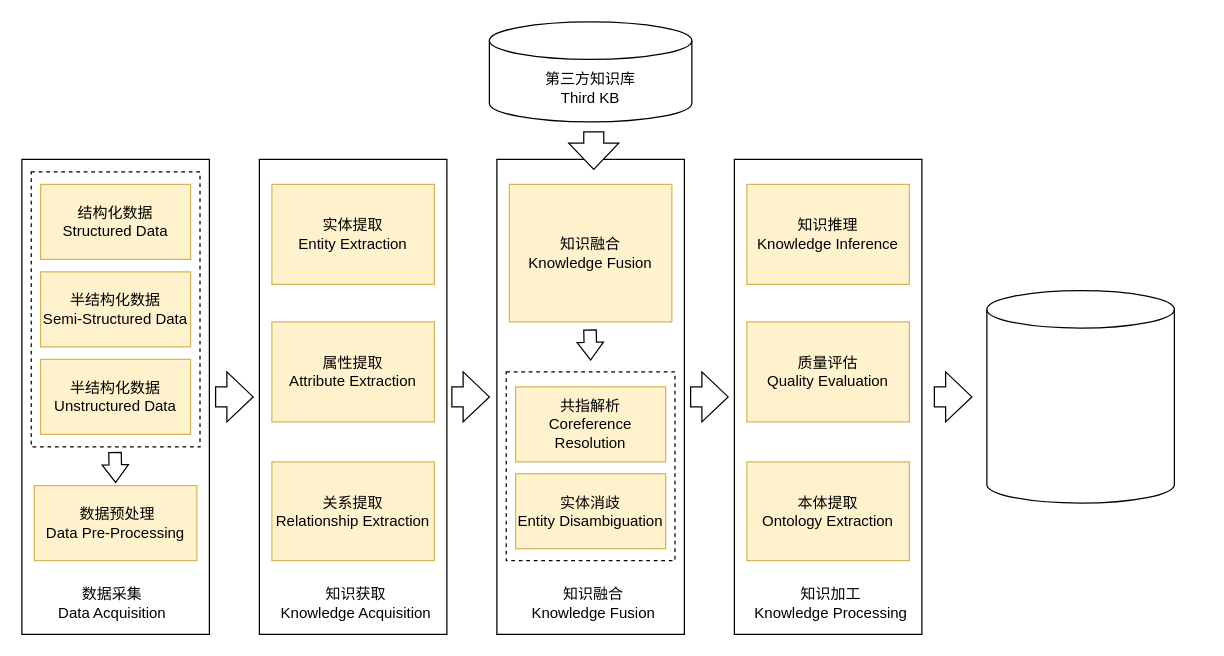
Above: kfg/未命名绘图.drawio in Max-yuki/diagrams (draw.io), before the change. Source tidied: cells renumbered, new cells numbered last; positions are measured from the earlier drawing's top-left corner, leaving out a move shared by most shapes. Both pictures are drawn from the tidied source at 125%, with x=0, y=0 at pixel (21, 21). Pictures stored in the file or linked from it are replaced by grey dashed boxes.
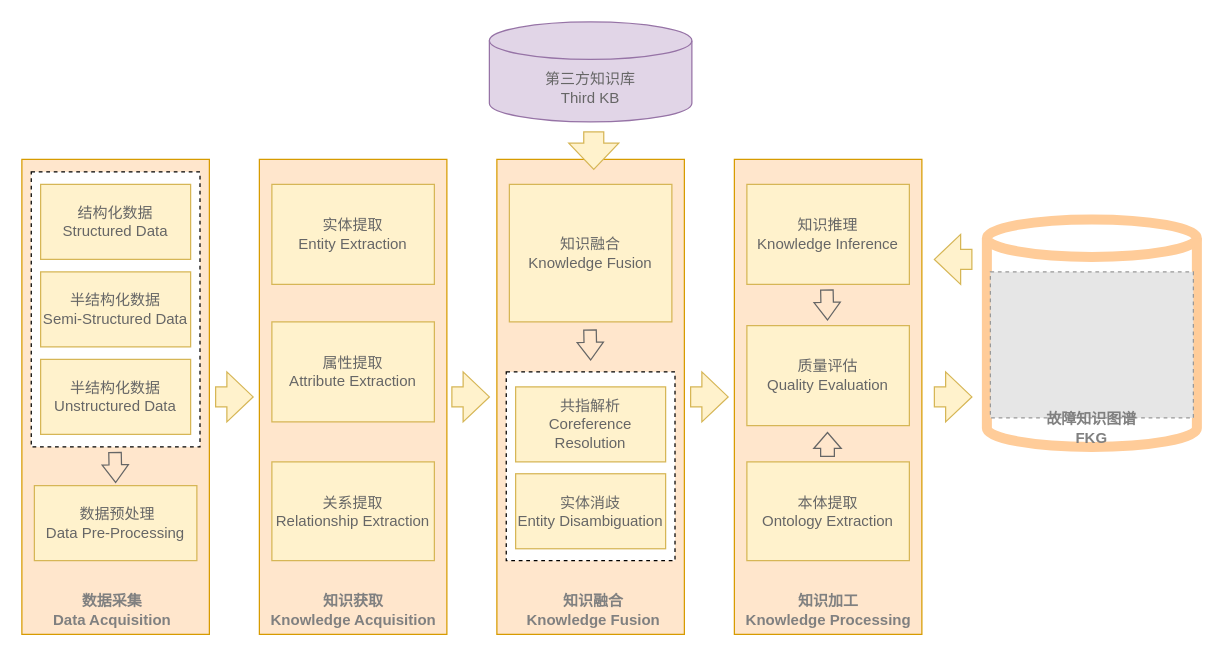
After the change.

Commit message (it also covers changes not shown here):
更新未命名绘图.drawio

Change to the diagram source:
```diff
@@
-    <mxCell id="2" style="rounded=0;whiteSpace=wrap;html=1;" parent="1" vertex="1">
+    <mxCell id="2" style="rounded=0;whiteSpace=wrap;html=1;strokeColor=#d79b00;fillColor=#ffe6cc;" parent="1" vertex="1">
       <mxGeometry y="110" width="150" height="380" as="geometry" />
     </mxCell>
@@
-    <mxCell id="4" value="结构化数据&lt;br&gt;Structured Data" style="rounded=0;whiteSpace=wrap;html=1;fillColor=#fff2cc;strokeColor=#d6b656;" parent="1" vertex="1">
+    <mxCell id="4" value="结构化数据&lt;br&gt;Structured Data" style="rounded=0;whiteSpace=wrap;html=1;fillColor=#fff2cc;strokeColor=#d6b656;fontColor=#666666;" parent="1" vertex="1">
       <mxGeometry x="15" y="130" width="120" height="60" as="geometry" />
     </mxCell>
-    <mxCell id="5" value="半结构化数据&lt;br&gt;Semi-Structured Data" style="rounded=0;whiteSpace=wrap;html=1;fillColor=#fff2cc;strokeColor=#d6b656;" parent="1" vertex="1">
+    <mxCell id="5" value="半结构化数据&lt;br&gt;Semi-Structured Data" style="rounded=0;whiteSpace=wrap;html=1;fillColor=#fff2cc;strokeColor=#d6b656;fontColor=#666666;" parent="1" vertex="1">
       <mxGeometry x="15" y="200" width="120" height="60" as="geometry" />
     </mxCell>
-    <mxCell id="6" value="半结构化数据&lt;br&gt;Unstructured Data" style="rounded=0;whiteSpace=wrap;html=1;fillColor=#fff2cc;strokeColor=#d6b656;" parent="1" vertex="1">
+    <mxCell id="6" value="半结构化数据&lt;br&gt;Unstructured Data" style="rounded=0;whiteSpace=wrap;html=1;fillColor=#fff2cc;strokeColor=#d6b656;fontColor=#666666;" parent="1" vertex="1">
       <mxGeometry x="15" y="270" width="120" height="60" as="geometry" />
     </mxCell>
-    <mxCell id="7" value="&amp;nbsp;数据预处理&lt;br&gt;Data Pre-Processing" style="rounded=0;whiteSpace=wrap;html=1;fillColor=#fff2cc;strokeColor=#d6b656;" parent="1" vertex="1">
+    <mxCell id="7" value="&amp;nbsp;数据预处理&lt;br&gt;Data Pre-Processing" style="rounded=0;whiteSpace=wrap;html=1;fillColor=#fff2cc;strokeColor=#d6b656;fontColor=#666666;" parent="1" vertex="1">
       <mxGeometry x="10" y="371" width="130" height="60" as="geometry" />
     </mxCell>
-    <mxCell id="8" value="数据采集&lt;br&gt;Data Acquisition" style="text;html=1;strokeColor=none;fillColor=none;align=center;verticalAlign=middle;whiteSpace=wrap;rounded=0;dashed=1;" parent="1" vertex="1">
-      <mxGeometry x="15" y="450" width="115" height="30" as="geometry" />
+    <mxCell id="8" value="数据采集&lt;br&gt;Data Acquisition" style="text;html=1;strokeColor=none;fillColor=none;align=center;verticalAlign=middle;whiteSpace=wrap;rounded=0;dashed=1;fontColor=#808080;fontStyle=1;" parent="1" vertex="1">
+      <mxGeometry x="15" y="456" width="115" height="30" as="geometry" />
     </mxCell>
-    <mxCell id="9" style="shape=flexArrow;endArrow=classic;html=1;rounded=0;endWidth=10;endSize=4.38;" parent="1" edge="1">
+    <mxCell id="9" style="shape=flexArrow;endArrow=classic;html=1;rounded=0;endWidth=10;endSize=4.38;strokeColor=#666666;" parent="1" edge="1">
       <mxGeometry relative="1" as="geometry">
         <mxPoint x="74.5" y="344" as="sourcePoint" />
         <mxPoint x="75" y="369" as="targetPoint" />
       </mxGeometry>
     </mxCell>
-    <mxCell id="10" style="rounded=0;whiteSpace=wrap;html=1;" parent="1" vertex="1">
+    <mxCell id="10" style="rounded=0;whiteSpace=wrap;html=1;strokeColor=#d79b00;fillColor=#ffe6cc;" parent="1" vertex="1">
       <mxGeometry x="190" y="110" width="150" height="380" as="geometry" />
     </mxCell>
-    <mxCell id="11" value="知识获取&lt;br&gt;Knowledge Acquisition" style="text;html=1;strokeColor=none;fillColor=none;align=center;verticalAlign=middle;whiteSpace=wrap;rounded=0;dashed=1;" parent="1" vertex="1">
-      <mxGeometry x="205" y="450" width="125" height="30" as="geometry" />
+    <mxCell id="11" value="知识获取&lt;br&gt;Knowledge Acquisition" style="text;html=1;strokeColor=none;fillColor=none;align=center;verticalAlign=middle;whiteSpace=wrap;rounded=0;dashed=1;fontColor=#808080;fontStyle=1;" parent="1" vertex="1">
+      <mxGeometry x="197.5" y="456" width="135" height="30" as="geometry" />
     </mxCell>
-    <mxCell id="12" value="实体提取&lt;br&gt;Entity Extraction" style="rounded=0;whiteSpace=wrap;html=1;fillColor=#fff2cc;strokeColor=#d6b656;" parent="1" vertex="1">
+    <mxCell id="12" value="实体提取&lt;br&gt;Entity Extraction" style="rounded=0;whiteSpace=wrap;html=1;fillColor=#fff2cc;strokeColor=#d6b656;fontColor=#666666;" parent="1" vertex="1">
       <mxGeometry x="200" y="130" width="130" height="80" as="geometry" />
     </mxCell>
-    <mxCell id="13" value="属性提取&lt;br&gt;Attribute Extraction" style="rounded=0;whiteSpace=wrap;html=1;fillColor=#fff2cc;strokeColor=#d6b656;" parent="1" vertex="1">
+    <mxCell id="13" value="属性提取&lt;br&gt;Attribute Extraction" style="rounded=0;whiteSpace=wrap;html=1;fillColor=#fff2cc;strokeColor=#d6b656;fontColor=#666666;" parent="1" vertex="1">
       <mxGeometry x="200" y="240" width="130" height="80" as="geometry" />
     </mxCell>
-    <mxCell id="14" value="关系提取&lt;br&gt;Relationship Extraction" style="rounded=0;whiteSpace=wrap;html=1;fillColor=#fff2cc;strokeColor=#d6b656;" parent="1" vertex="1">
+    <mxCell id="14" value="关系提取&lt;br&gt;Relationship Extraction" style="rounded=0;whiteSpace=wrap;html=1;fillColor=#fff2cc;strokeColor=#d6b656;fontColor=#666666;" parent="1" vertex="1">
       <mxGeometry x="200" y="352" width="130" height="79" as="geometry" />
     </mxCell>
-    <mxCell id="15" style="rounded=0;whiteSpace=wrap;html=1;" parent="1" vertex="1">
+    <mxCell id="15" style="rounded=0;whiteSpace=wrap;html=1;strokeColor=#d79b00;fillColor=#ffe6cc;" parent="1" vertex="1">
       <mxGeometry x="380" y="110" width="150" height="380" as="geometry" />
     </mxCell>
-    <mxCell id="16" value="知识融合&lt;br&gt;Knowledge Fusion" style="text;html=1;strokeColor=none;fillColor=none;align=center;verticalAlign=middle;whiteSpace=wrap;rounded=0;dashed=1;" parent="1" vertex="1">
-      <mxGeometry x="395" y="450" width="125" height="30" as="geometry" />
+    <mxCell id="16" value="知识融合&lt;br&gt;Knowledge Fusion" style="text;html=1;strokeColor=none;fillColor=none;align=center;verticalAlign=middle;whiteSpace=wrap;rounded=0;dashed=1;fontColor=#808080;fontStyle=1;" parent="1" vertex="1">
+      <mxGeometry x="395" y="456" width="125" height="30" as="geometry" />
     </mxCell>
-    <mxCell id="17" value="知识融合&lt;br&gt;Knowledge Fusion" style="rounded=0;whiteSpace=wrap;html=1;fillColor=#fff2cc;strokeColor=#d6b656;" parent="1" vertex="1">
+    <mxCell id="17" value="知识融合&lt;br&gt;Knowledge Fusion" style="rounded=0;whiteSpace=wrap;html=1;fillColor=#fff2cc;strokeColor=#d6b656;fontColor=#666666;" parent="1" vertex="1">
       <mxGeometry x="390" y="130" width="130" height="110" as="geometry" />
     </mxCell>
-    <mxCell id="18" style="rounded=0;whiteSpace=wrap;html=1;" parent="1" vertex="1">
+    <mxCell id="18" style="rounded=0;whiteSpace=wrap;html=1;strokeColor=#d79b00;fillColor=#ffe6cc;" parent="1" vertex="1">
       <mxGeometry x="570" y="110" width="150" height="380" as="geometry" />
     </mxCell>
-    <mxCell id="19" value="知识加工&lt;br&gt;Knowledge Processing" style="text;html=1;strokeColor=none;fillColor=none;align=center;verticalAlign=middle;whiteSpace=wrap;rounded=0;dashed=1;" parent="1" vertex="1">
-      <mxGeometry x="585" y="450" width="125" height="30" as="geometry" />
+    <mxCell id="19" value="知识加工&lt;br&gt;Knowledge Processing" style="text;html=1;strokeColor=none;fillColor=none;align=center;verticalAlign=middle;whiteSpace=wrap;rounded=0;dashed=1;fontColor=#808080;fontStyle=1;" parent="1" vertex="1">
+      <mxGeometry x="577.5" y="456" width="135" height="30" as="geometry" />
     </mxCell>
-    <mxCell id="20" value="知识推理&lt;br&gt;Knowledge Inference" style="rounded=0;whiteSpace=wrap;html=1;fillColor=#fff2cc;strokeColor=#d6b656;" parent="1" vertex="1">
+    <mxCell id="20" value="知识推理&lt;br&gt;Knowledge Inference" style="rounded=0;whiteSpace=wrap;html=1;fillColor=#fff2cc;strokeColor=#d6b656;fontColor=#666666;" parent="1" vertex="1">
       <mxGeometry x="580" y="130" width="130" height="80" as="geometry" />
     </mxCell>
-    <mxCell id="21" value="质量评估&lt;br&gt;Quality Evaluation" style="rounded=0;whiteSpace=wrap;html=1;fillColor=#fff2cc;strokeColor=#d6b656;" parent="1" vertex="1">
-      <mxGeometry x="580" y="240" width="130" height="80" as="geometry" />
+    <mxCell id="21" value="质量评估&lt;br&gt;Quality Evaluation" style="rounded=0;whiteSpace=wrap;html=1;fillColor=#fff2cc;strokeColor=#d6b656;fontColor=#666666;" parent="1" vertex="1">
+      <mxGeometry x="580" y="243" width="130" height="80" as="geometry" />
     </mxCell>
-    <mxCell id="22" value="本体提取&lt;br&gt;Ontology Extraction" style="rounded=0;whiteSpace=wrap;html=1;fillColor=#fff2cc;strokeColor=#d6b656;" parent="1" vertex="1">
+    <mxCell id="22" value="本体提取&lt;br&gt;Ontology Extraction" style="rounded=0;whiteSpace=wrap;html=1;fillColor=#fff2cc;strokeColor=#d6b656;fontColor=#666666;" parent="1" vertex="1">
       <mxGeometry x="580" y="352" width="130" height="79" as="geometry" />
     </mxCell>
@@
-    <mxCell id="24" value="共指解析&lt;br&gt;Coreference Resolution" style="rounded=0;whiteSpace=wrap;html=1;fillColor=#fff2cc;strokeColor=#d6b656;" parent="1" vertex="1">
+    <mxCell id="24" value="共指解析&lt;br&gt;Coreference Resolution" style="rounded=0;whiteSpace=wrap;html=1;fillColor=#fff2cc;strokeColor=#d6b656;fontColor=#666666;" parent="1" vertex="1">
       <mxGeometry x="395" y="292" width="120" height="60" as="geometry" />
     </mxCell>
-    <mxCell id="25" value="实体消歧&lt;br&gt;Entity Disambiguation" style="rounded=0;whiteSpace=wrap;html=1;fillColor=#fff2cc;strokeColor=#d6b656;" parent="1" vertex="1">
+    <mxCell id="25" value="实体消歧&lt;br&gt;Entity Disambiguation" style="rounded=0;whiteSpace=wrap;html=1;fillColor=#fff2cc;strokeColor=#d6b656;fontColor=#666666;" parent="1" vertex="1">
       <mxGeometry x="395" y="361.5" width="120" height="60" as="geometry" />
     </mxCell>
-    <mxCell id="26" style="shape=flexArrow;endArrow=classic;html=1;rounded=0;endWidth=10;endSize=4.38;" parent="1" edge="1">
+    <mxCell id="26" style="shape=flexArrow;endArrow=classic;html=1;rounded=0;endWidth=10;endSize=4.38;strokeColor=#666666;" parent="1" edge="1">
       <mxGeometry relative="1" as="geometry">
         <mxPoint x="454.5" y="246" as="sourcePoint" />
         <mxPoint x="455" y="271" as="targetPoint" />
       </mxGeometry>
     </mxCell>
-    <mxCell id="27" style="html=1;shadow=0;dashed=0;align=center;verticalAlign=middle;shape=mxgraph.arrows2.arrow;dy=0.6;dx=21;notch=0;" parent="1" vertex="1">
+    <mxCell id="27" style="html=1;shadow=0;dashed=0;align=center;verticalAlign=middle;shape=mxgraph.arrows2.arrow;dy=0.6;dx=21;notch=0;strokeColor=#d6b656;fillColor=#fff2cc;" parent="1" vertex="1">
       <mxGeometry x="730" y="280" width="30" height="40" as="geometry" />
     </mxCell>
-    <mxCell id="28" style="html=1;shadow=0;dashed=0;align=center;verticalAlign=middle;shape=mxgraph.arrows2.arrow;dy=0.6;dx=21;notch=0;" parent="1" vertex="1">
+    <mxCell id="28" style="html=1;shadow=0;dashed=0;align=center;verticalAlign=middle;shape=mxgraph.arrows2.arrow;dy=0.6;dx=21;notch=0;strokeColor=#d6b656;fillColor=#fff2cc;" parent="1" vertex="1">
       <mxGeometry x="535" y="280" width="30" height="40" as="geometry" />
     </mxCell>
-    <mxCell id="29" style="html=1;shadow=0;dashed=0;align=center;verticalAlign=middle;shape=mxgraph.arrows2.arrow;dy=0.6;dx=21;notch=0;" parent="1" vertex="1">
+    <mxCell id="29" style="html=1;shadow=0;dashed=0;align=center;verticalAlign=middle;shape=mxgraph.arrows2.arrow;dy=0.6;dx=21;notch=0;strokeColor=#d6b656;fillColor=#fff2cc;" parent="1" vertex="1">
       <mxGeometry x="344" y="280" width="30" height="40" as="geometry" />
     </mxCell>
-    <mxCell id="30" style="html=1;shadow=0;dashed=0;align=center;verticalAlign=middle;shape=mxgraph.arrows2.arrow;dy=0.6;dx=21;notch=0;" parent="1" vertex="1">
+    <mxCell id="30" style="html=1;shadow=0;dashed=0;align=center;verticalAlign=middle;shape=mxgraph.arrows2.arrow;dy=0.6;dx=21;notch=0;strokeColor=#d6b656;fillColor=#fff2cc;" parent="1" vertex="1">
       <mxGeometry x="155" y="280" width="30" height="40" as="geometry" />
     </mxCell>
-    <mxCell id="31" value="第三方知识库&lt;br&gt;Third KB" style="shape=cylinder3;whiteSpace=wrap;html=1;boundedLbl=1;backgroundOutline=1;size=15;" parent="1" vertex="1">
+    <mxCell id="31" value="&lt;font color=&quot;#666666&quot;&gt;第三方知识库&lt;br&gt;Third KB&lt;/font&gt;" style="shape=cylinder3;whiteSpace=wrap;html=1;boundedLbl=1;backgroundOutline=1;size=15;fillColor=#e1d5e7;strokeColor=#9673a6;" parent="1" vertex="1">
       <mxGeometry x="374" width="162" height="80" as="geometry" />
     </mxCell>
-    <mxCell id="32" style="html=1;shadow=0;dashed=0;align=center;verticalAlign=middle;shape=mxgraph.arrows2.arrow;dy=0.6;dx=21;notch=0;rotation=90;" parent="1" vertex="1">
+    <mxCell id="32" style="html=1;shadow=0;dashed=0;align=center;verticalAlign=middle;shape=mxgraph.arrows2.arrow;dy=0.6;dx=21;notch=0;rotation=90;strokeColor=#d6b656;fillColor=#fff2cc;" parent="1" vertex="1">
       <mxGeometry x="442.5" y="83" width="30" height="40" as="geometry" />
     </mxCell>
-    <mxCell id="33" style="shape=cylinder3;whiteSpace=wrap;html=1;boundedLbl=1;backgroundOutline=1;size=15;" parent="1" vertex="1">
-      <mxGeometry x="772" y="215" width="150" height="170" as="geometry" />
+    <mxCell id="33" style="shape=cylinder3;whiteSpace=wrap;html=1;boundedLbl=1;backgroundOutline=1;size=15;strokeColor=#FFCC99;strokeWidth=8;" parent="1" vertex="1">
+      <mxGeometry x="772" y="158" width="168" height="182" as="geometry" />
     </mxCell>
+    <mxCell id="34" style="fillColor=#E6E6E6;strokeColor=#999999;dashed=1;verticalLabelPosition=bottom;labelBackgroundColor=default;verticalAlign=top;" parent="1" vertex="1">
+      <mxGeometry x="774.8" y="200" width="162.4" height="116.8" as="geometry" />
+    </mxCell>
+    <mxCell id="35" style="shape=flexArrow;endArrow=classic;html=1;rounded=0;endWidth=10;endSize=4.38;strokeColor=#666666;" parent="1" edge="1">
+      <mxGeometry relative="1" as="geometry">
+        <mxPoint x="644" y="214" as="sourcePoint" />
+        <mxPoint x="644.5" y="239" as="targetPoint" />
+      </mxGeometry>
+    </mxCell>
+    <mxCell id="36" style="shape=flexArrow;endArrow=classic;html=1;rounded=0;endWidth=10;endSize=3.93;width=11;strokeColor=#666666;" parent="1" edge="1">
+      <mxGeometry relative="1" as="geometry">
+        <mxPoint x="644.5" y="348" as="sourcePoint" />
+        <mxPoint x="644.5" y="328" as="targetPoint" />
+      </mxGeometry>
+    </mxCell>
+    <mxCell id="37" style="html=1;shadow=0;dashed=0;align=center;verticalAlign=middle;shape=mxgraph.arrows2.arrow;dy=0.6;dx=21;notch=0;rotation=-180;strokeColor=#d6b656;fillColor=#fff2cc;" parent="1" vertex="1">
+      <mxGeometry x="730" y="170" width="30" height="40" as="geometry" />
+    </mxCell>
+    <mxCell id="38" value="故障知识图谱FKG" style="text;html=1;strokeColor=none;fillColor=none;align=center;verticalAlign=middle;whiteSpace=wrap;rounded=0;fontColor=#808080;fontStyle=1;" parent="1" vertex="1">
+      <mxGeometry x="819" y="310" width="74" height="30" as="geometry" />
+    </mxCell>
```
